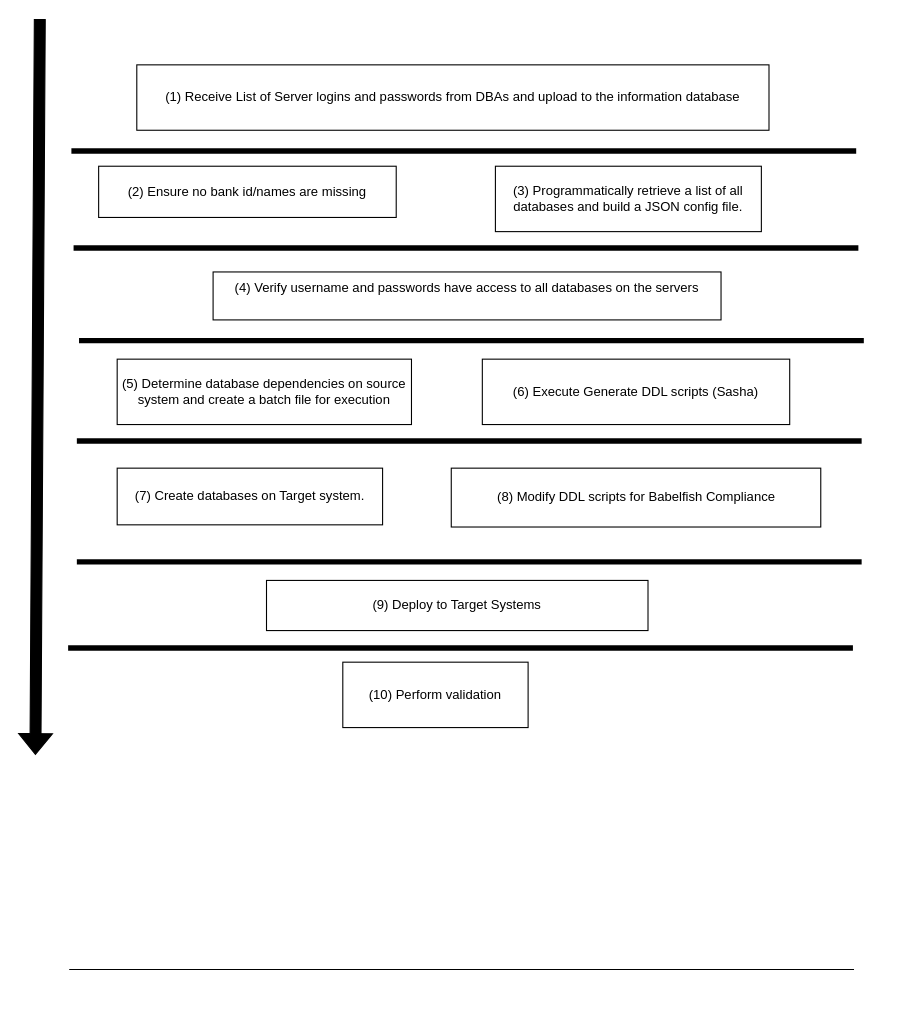
The draw.io diagram Babelfish Deployment Workflow.drawio in smpetersgithub/draw-diagrams-depot, before the edit. Source tidied: cells renumbered, new cells numbered last; positions are measured from the earlier drawing's top-left corner, leaving out a move shared by most shapes. Both pictures are drawn from the tidied source at 109%, with x=0, y=0 at pixel (35, 19).
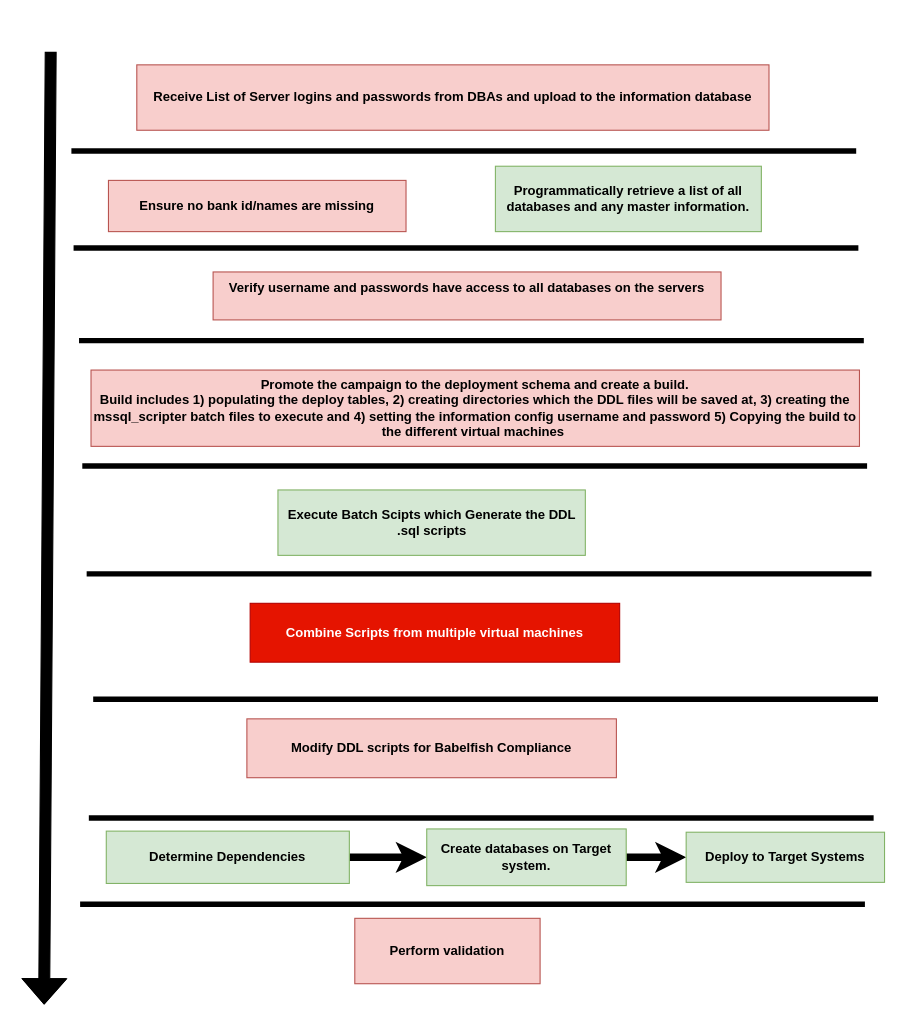
The same page after the edit.

Change to the diagram source:
```diff
@@
-    <mxCell id="2" value="(1) Receive List of Server logins and passwords from DBAs and upload to the information database" style="rounded=0;whiteSpace=wrap;html=1;" parent="1" vertex="1">
+    <mxCell id="2" value="&lt;b&gt;Receive List of Server logins and passwords from DBAs and upload to the information database&lt;/b&gt;" style="rounded=0;whiteSpace=wrap;html=1;fillColor=#f8cecc;strokeColor=#b85450;" parent="1" vertex="1">
       <mxGeometry x="93" y="42" width="580" height="60" as="geometry" />
     </mxCell>
-    <mxCell id="3" value="(4) Verify username and passwords have access to all databases on the servers&lt;div&gt;&lt;br&gt;&lt;/div&gt;" style="rounded=0;whiteSpace=wrap;html=1;" parent="1" vertex="1">
+    <mxCell id="3" value="&lt;b&gt;Verify username and passwords have access to all databases on the servers&lt;/b&gt;&lt;div&gt;&lt;br&gt;&lt;/div&gt;" style="rounded=0;whiteSpace=wrap;html=1;fillColor=#f8cecc;strokeColor=#b85450;" parent="1" vertex="1">
       <mxGeometry x="163" y="232" width="466" height="44" as="geometry" />
     </mxCell>
-    <mxCell id="4" value="(2) Ensure no bank id/names are missing" style="rounded=0;whiteSpace=wrap;html=1;" parent="1" vertex="1">
-      <mxGeometry x="58" y="135" width="273" height="47" as="geometry" />
+    <mxCell id="4" value="&lt;b&gt;Ensure no bank id/names are missing&lt;/b&gt;" style="rounded=0;whiteSpace=wrap;html=1;fillColor=#f8cecc;strokeColor=#b85450;" parent="1" vertex="1">
+      <mxGeometry x="67" y="148" width="273" height="47" as="geometry" />
     </mxCell>
-    <mxCell id="5" value="(3) Programmatically retrieve a list of all databases and build a JSON config file." style="rounded=0;whiteSpace=wrap;html=1;" parent="1" vertex="1">
+    <mxCell id="5" value="&lt;b&gt;Programmatically retrieve a list of all databases and any master information.&lt;/b&gt;" style="rounded=0;whiteSpace=wrap;html=1;fillColor=#d5e8d4;strokeColor=#82b366;" parent="1" vertex="1">
       <mxGeometry x="422" y="135" width="244" height="60" as="geometry" />
     </mxCell>
+    <mxCell id="20" style="edgeStyle=orthogonalEdgeStyle;rounded=0;jettySize=auto;html=1;strokeWidth=7;" parent="1" edge="1" source="6" target="10">
+      <mxGeometry relative="1" as="geometry" />
+    </mxCell>
-    <mxCell id="6" value="(5) Determine database dependencies on source system and create a batch file for execution" style="rounded=0;whiteSpace=wrap;html=1;" parent="1" vertex="1">
-      <mxGeometry x="75" y="312" width="270" height="60" as="geometry" />
+    <mxCell id="6" value="&lt;b&gt;Determine Dependencies&lt;/b&gt;" style="rounded=0;whiteSpace=wrap;html=1;fillColor=#d5e8d4;strokeColor=#82b366;" parent="1" vertex="1">
+      <mxGeometry x="65" y="745" width="223" height="48" as="geometry" />
     </mxCell>
@@
     <mxCell id="9" style="endArrow=none;html=1;rounded=0;strokeWidth=5;" parent="1" edge="1">
       <mxGeometry relative="1" as="geometry">
-        <mxPoint x="38" y="498" as="sourcePoint" />
-        <mxPoint x="758" y="498" as="targetPoint" />
+        <mxPoint x="49" y="733" as="sourcePoint" />
+        <mxPoint x="769" y="733" as="targetPoint" />
       </mxGeometry>
     </mxCell>
+    <mxCell id="21" style="edgeStyle=orthogonalEdgeStyle;rounded=0;jettySize=auto;html=1;strokeWidth=7;" parent="1" edge="1" source="10" target="12">
+      <mxGeometry relative="1" as="geometry" />
+    </mxCell>
-    <mxCell id="10" value="(7) Create databases on Target system." style="rounded=0;whiteSpace=wrap;html=1;" parent="1" vertex="1">
-      <mxGeometry x="75" y="412" width="243.5" height="52" as="geometry" />
+    <mxCell id="10" value="&lt;b&gt;Create databases on Target system.&lt;/b&gt;" style="rounded=0;whiteSpace=wrap;html=1;fillColor=#d5e8d4;strokeColor=#82b366;" parent="1" vertex="1">
+      <mxGeometry x="359" y="743" width="183" height="52" as="geometry" />
     </mxCell>
-    <mxCell id="11" value="(6) Execute Generate DDL scripts (Sasha)" style="rounded=0;whiteSpace=wrap;html=1;" parent="1" vertex="1">
-      <mxGeometry x="410" y="312" width="282" height="60" as="geometry" />
+    <mxCell id="11" value="&lt;b&gt;Execute Batch Scipts which Generate the DDL .sql scripts&lt;/b&gt;" style="rounded=0;whiteSpace=wrap;html=1;fillColor=#d5e8d4;strokeColor=#82b366;" parent="1" vertex="1">
+      <mxGeometry x="222.5" y="432" width="282" height="60" as="geometry" />
     </mxCell>
-    <mxCell id="12" value="(9) Deploy to Target Systems" style="rounded=0;whiteSpace=wrap;html=1;" parent="1" vertex="1">
-      <mxGeometry x="212" y="515" width="350" height="46" as="geometry" />
+    <mxCell id="12" value="&lt;b&gt;Deploy to Target Systems&lt;/b&gt;" style="rounded=0;whiteSpace=wrap;html=1;fillColor=#d5e8d4;strokeColor=#82b366;" parent="1" vertex="1">
+      <mxGeometry x="597" y="746" width="182" height="46" as="geometry" />
     </mxCell>
-    <mxCell id="13" style="endArrow=none;html=1;rounded=0;" parent="1" edge="1">
-      <mxGeometry relative="1" as="geometry">
-        <mxPoint x="31" y="872" as="sourcePoint" />
-        <mxPoint x="751" y="872" as="targetPoint" />
-      </mxGeometry>
-    </mxCell>
-    <mxCell id="14" value="(10) Perform validation" style="rounded=0;whiteSpace=wrap;html=1;" parent="1" vertex="1">
-      <mxGeometry x="282" y="590" width="170" height="60" as="geometry" />
+    <mxCell id="14" value="&lt;b&gt;Perform validation&lt;/b&gt;" style="rounded=0;whiteSpace=wrap;html=1;fillColor=#f8cecc;strokeColor=#b85450;" parent="1" vertex="1">
+      <mxGeometry x="293" y="825" width="170" height="60" as="geometry" />
     </mxCell>
     <mxCell id="15" style="endArrow=none;html=1;rounded=0;strokeWidth=5;" parent="1" edge="1">
       <mxGeometry relative="1" as="geometry">
-        <mxPoint x="38" y="387" as="sourcePoint" />
-        <mxPoint x="758" y="387" as="targetPoint" />
+        <mxPoint x="47" y="509" as="sourcePoint" />
+        <mxPoint x="767" y="509" as="targetPoint" />
       </mxGeometry>
     </mxCell>
     <mxCell id="16" style="endArrow=none;html=1;rounded=0;strokeWidth=5;" parent="1" edge="1">
       <mxGeometry relative="1" as="geometry">
-        <mxPoint x="30" y="577" as="sourcePoint" />
-        <mxPoint x="750" y="577" as="targetPoint" />
+        <mxPoint x="41" y="812" as="sourcePoint" />
+        <mxPoint x="761" y="812" as="targetPoint" />
       </mxGeometry>
     </mxCell>
-    <mxCell id="17" style="shape=flexArrow;endArrow=classic;html=1;rounded=0;fillColor=#000000;" parent="1" edge="1">
+    <mxCell id="17" style="shape=flexArrow;endArrow=classic;html=1;rounded=0;fillColor=#000000;endWidth=29.411764705882355;endSize=7.364705882352941;" parent="1" edge="1">
       <mxGeometry relative="1" as="geometry">
-        <mxPoint x="4" as="sourcePoint" />
-        <mxPoint y="675" as="targetPoint" />
+        <mxPoint x="14" y="30" as="sourcePoint" />
+        <mxPoint x="8" y="904" as="targetPoint" />
+        <Array as="points">
+          <mxPoint x="11" y="473" />
+        </Array>
       </mxGeometry>
     </mxCell>
@@
-    <mxCell id="19" value="(8) Modify DDL scripts for Babelfish Compliance" style="rounded=0;whiteSpace=wrap;html=1;" parent="1" vertex="1">
-      <mxGeometry x="381.5" y="412" width="339" height="54" as="geometry" />
+    <mxCell id="19" value="&lt;b&gt;Modify DDL scripts for Babelfish Compliance&lt;/b&gt;" style="rounded=0;whiteSpace=wrap;html=1;fillColor=#f8cecc;strokeColor=#b85450;" parent="1" vertex="1">
+      <mxGeometry x="194" y="642" width="339" height="54" as="geometry" />
     </mxCell>
+    <mxCell id="22" style="endArrow=none;html=1;rounded=0;strokeWidth=5;" parent="1" edge="1">
+      <mxGeometry relative="1" as="geometry">
+        <mxPoint x="53" y="624" as="sourcePoint" />
+        <mxPoint x="773" y="624" as="targetPoint" />
+      </mxGeometry>
+    </mxCell>
+    <mxCell id="23" value="&lt;b&gt;Combine Scripts from multiple virtual machines&lt;/b&gt;" style="rounded=0;whiteSpace=wrap;html=1;fillColor=#e51400;strokeColor=#B20000;fontColor=#ffffff;" parent="1" vertex="1">
+      <mxGeometry x="197" y="536" width="339" height="54" as="geometry" />
+    </mxCell>
+    <mxCell id="24" value="&lt;b&gt;Promote the campaign to the deployment schema and create a build.&lt;br&gt;Build includes 1) populating the deploy tables, 2) creating directories which the DDL files will be saved at, 3) creating the mssql_scripter batch files to execute and 4) setting the information config username and password 5) Copying the build to the different virtual machines&amp;nbsp;&lt;/b&gt;" style="rounded=0;whiteSpace=wrap;html=1;fillColor=#f8cecc;strokeColor=#b85450;" parent="1" vertex="1">
+      <mxGeometry x="51" y="322" width="705" height="70" as="geometry" />
+    </mxCell>
+    <mxCell id="25" style="endArrow=none;html=1;rounded=0;strokeWidth=5;" parent="1" edge="1">
+      <mxGeometry relative="1" as="geometry">
+        <mxPoint x="43" y="410" as="sourcePoint" />
+        <mxPoint x="763" y="410" as="targetPoint" />
+      </mxGeometry>
+    </mxCell>
```
